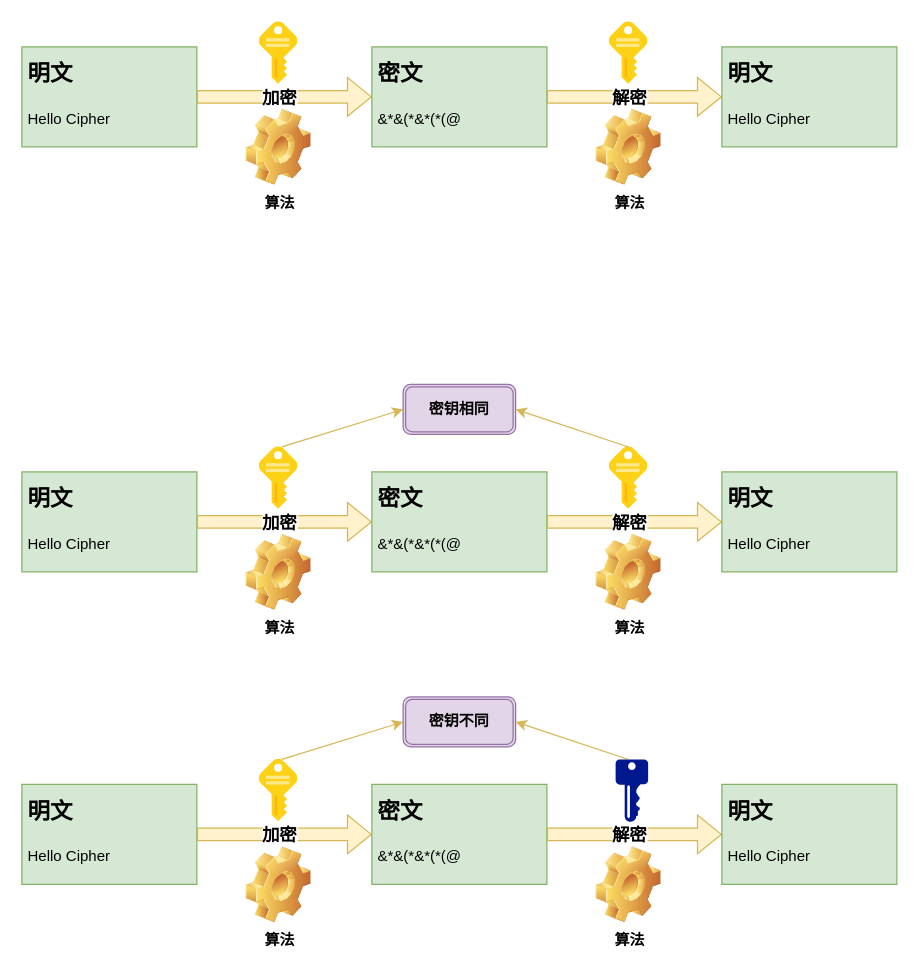
DerekLoveCC/learn-tls keeps this draw.io diagram as image/tls.drawio. Above is the earlier version. Source tidied: cells renumbered, new cells numbered last; positions are measured from the earlier drawing's top-left corner, leaving out a move shared by most shapes. Both pictures are drawn from the tidied source at 125%, with x=0, y=0 at pixel (21, 21).
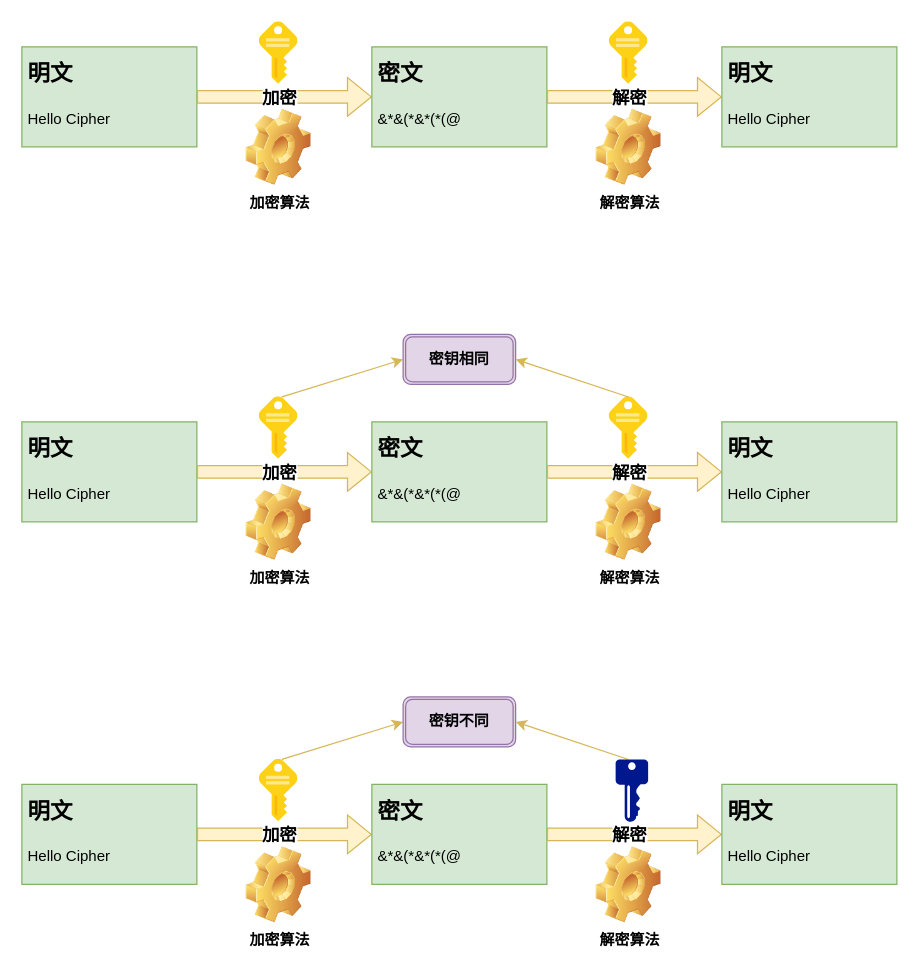
The same page after the edit.

The edit, as a diff of the source:
```diff
@@
-    <mxCell id="6" value="&lt;b&gt;算法&lt;/b&gt;" style="shape=image;html=1;verticalLabelPosition=bottom;verticalAlign=top;imageAspect=1;image=img/clipart/Gear_128x128.png;" parent="1" vertex="1">
+    <mxCell id="6" value="&lt;b&gt;加密算法&lt;/b&gt;" style="shape=image;html=1;verticalLabelPosition=bottom;verticalAlign=top;imageAspect=1;image=img/clipart/Gear_128x128.png;" parent="1" vertex="1">
       <mxGeometry x="179.5" y="70" width="52" height="61" as="geometry" />
     </mxCell>
@@
-    <mxCell id="11" value="&lt;b&gt;算法&lt;/b&gt;" style="shape=image;html=1;verticalLabelPosition=bottom;verticalAlign=top;imageAspect=1;image=img/clipart/Gear_128x128.png;" parent="1" vertex="1">
+    <mxCell id="11" value="&lt;b&gt;解密算法&lt;/b&gt;" style="shape=image;html=1;verticalLabelPosition=bottom;verticalAlign=top;imageAspect=1;image=img/clipart/Gear_128x128.png;" parent="1" vertex="1">
       <mxGeometry x="459.5" y="70" width="52" height="61" as="geometry" />
     </mxCell>
@@
     <mxCell id="13" value="&lt;h1 style=&quot;&quot;&gt;&lt;font style=&quot;font-size: 18px;&quot;&gt;明文&lt;/font&gt;&lt;/h1&gt;&lt;p&gt;Hello Cipher&lt;/p&gt;" style="text;html=1;strokeColor=#82b366;fillColor=#d5e8d4;spacing=5;spacingTop=-20;whiteSpace=wrap;overflow=hidden;rounded=0;align=left;" parent="1" vertex="1">
-      <mxGeometry y="360" width="140" height="80" as="geometry" />
+      <mxGeometry y="320" width="140" height="80" as="geometry" />
     </mxCell>
     <mxCell id="14" style="shape=flexArrow;endArrow=classic;html=1;rounded=0;exitX=1;exitY=0.5;exitDx=0;exitDy=0;fillColor=#fff2cc;strokeColor=#d6b656;" parent="1" edge="1" source="13">
       <mxGeometry relative="1" as="geometry">
-        <mxPoint x="280" y="400" as="targetPoint" />
+        <mxPoint x="280" y="360" as="targetPoint" />
       </mxGeometry>
     </mxCell>
@@
     <mxCell id="16" style="image;sketch=0;html=1;align=center;fontSize=12;image=img/lib/mscae/Key.svg;" parent="1" vertex="1">
-      <mxGeometry x="190" y="340" width="31" height="50" as="geometry" />
+      <mxGeometry x="190" y="300" width="31" height="50" as="geometry" />
     </mxCell>
-    <mxCell id="17" value="&lt;b&gt;算法&lt;/b&gt;" style="shape=image;html=1;verticalLabelPosition=bottom;verticalAlign=top;imageAspect=1;image=img/clipart/Gear_128x128.png;" parent="1" vertex="1">
-      <mxGeometry x="179.5" y="410" width="52" height="61" as="geometry" />
+    <mxCell id="17" value="&lt;b&gt;加密算法&lt;/b&gt;" style="shape=image;html=1;verticalLabelPosition=bottom;verticalAlign=top;imageAspect=1;image=img/clipart/Gear_128x128.png;" parent="1" vertex="1">
+      <mxGeometry x="179.5" y="370" width="52" height="61" as="geometry" />
     </mxCell>
     <mxCell id="18" value="&lt;h1 style=&quot;&quot;&gt;&lt;font style=&quot;font-size: 18px;&quot;&gt;密文&lt;/font&gt;&lt;/h1&gt;&lt;p&gt;&amp;amp;*&amp;amp;(*&amp;amp;*(*(@&lt;/p&gt;" style="text;html=1;strokeColor=#82b366;fillColor=#d5e8d4;spacing=5;spacingTop=-20;whiteSpace=wrap;overflow=hidden;rounded=0;align=left;" parent="1" vertex="1">
-      <mxGeometry x="280" y="360" width="140" height="80" as="geometry" />
+      <mxGeometry x="280" y="320" width="140" height="80" as="geometry" />
     </mxCell>
     <mxCell id="19" style="shape=flexArrow;endArrow=classic;html=1;rounded=0;exitX=1;exitY=0.5;exitDx=0;exitDy=0;fillColor=#fff2cc;strokeColor=#d6b656;" parent="1" edge="1">
       <mxGeometry relative="1" as="geometry">
-        <mxPoint x="420" y="400" as="sourcePoint" />
-        <mxPoint x="560" y="400" as="targetPoint" />
+        <mxPoint x="420" y="360" as="sourcePoint" />
+        <mxPoint x="560" y="360" as="targetPoint" />
       </mxGeometry>
     </mxCell>
@@
     <mxCell id="21" style="image;sketch=0;html=1;align=center;fontSize=12;image=img/lib/mscae/Key.svg;" parent="1" vertex="1">
-      <mxGeometry x="470" y="340" width="31" height="50" as="geometry" />
+      <mxGeometry x="470" y="300" width="31" height="50" as="geometry" />
     </mxCell>
-    <mxCell id="22" value="&lt;b&gt;算法&lt;/b&gt;" style="shape=image;html=1;verticalLabelPosition=bottom;verticalAlign=top;imageAspect=1;image=img/clipart/Gear_128x128.png;" parent="1" vertex="1">
-      <mxGeometry x="459.5" y="410" width="52" height="61" as="geometry" />
+    <mxCell id="22" value="&lt;b&gt;解密算法&lt;/b&gt;" style="shape=image;html=1;verticalLabelPosition=bottom;verticalAlign=top;imageAspect=1;image=img/clipart/Gear_128x128.png;" parent="1" vertex="1">
+      <mxGeometry x="459.5" y="370" width="52" height="61" as="geometry" />
     </mxCell>
     <mxCell id="23" value="&lt;h1 style=&quot;&quot;&gt;&lt;font style=&quot;font-size: 18px;&quot;&gt;明文&lt;/font&gt;&lt;/h1&gt;&lt;p&gt;Hello Cipher&lt;/p&gt;" style="text;html=1;strokeColor=#82b366;fillColor=#d5e8d4;spacing=5;spacingTop=-20;whiteSpace=wrap;overflow=hidden;rounded=0;align=left;" parent="1" vertex="1">
-      <mxGeometry x="560" y="360" width="140" height="80" as="geometry" />
+      <mxGeometry x="560" y="320" width="140" height="80" as="geometry" />
     </mxCell>
     <mxCell id="24" style="endArrow=classic;html=1;rounded=0;exitX=0.462;exitY=0.022;exitDx=0;exitDy=0;exitPerimeter=0;fillColor=#fff2cc;strokeColor=#d6b656;entryX=0;entryY=0.5;entryDx=0;entryDy=0;" parent="1" edge="1" target="25">
       <mxGeometry relative="1" as="geometry">
-        <mxPoint x="208" y="340" as="sourcePoint" />
+        <mxPoint x="208" y="300" as="sourcePoint" />
       </mxGeometry>
     </mxCell>
     <mxCell id="25" value="&lt;b&gt;密钥相同&lt;/b&gt;" style="shape=ext;double=1;rounded=1;whiteSpace=wrap;html=1;fillColor=#e1d5e7;strokeColor=#9673a6;" parent="1" vertex="1">
-      <mxGeometry x="305" y="290" width="90" height="40" as="geometry" />
+      <mxGeometry x="305" y="250" width="90" height="40" as="geometry" />
     </mxCell>
     <mxCell id="26" style="endArrow=classic;html=1;rounded=0;exitX=0.462;exitY=-0.078;exitDx=0;exitDy=0;exitPerimeter=0;fillColor=#fff2cc;strokeColor=#d6b656;entryX=1;entryY=0.5;entryDx=0;entryDy=0;" parent="1" edge="1" target="25">
       <mxGeometry relative="1" as="geometry">
-        <mxPoint x="485.3" y="340.1" as="sourcePoint" />
+        <mxPoint x="485.3" y="300.1" as="sourcePoint" />
       </mxGeometry>
     </mxCell>
@@
-    <mxCell id="31" value="&lt;b&gt;算法&lt;/b&gt;" style="shape=image;html=1;verticalLabelPosition=bottom;verticalAlign=top;imageAspect=1;image=img/clipart/Gear_128x128.png;" parent="1" vertex="1">
+    <mxCell id="31" value="&lt;b&gt;加密算法&lt;/b&gt;" style="shape=image;html=1;verticalLabelPosition=bottom;verticalAlign=top;imageAspect=1;image=img/clipart/Gear_128x128.png;" parent="1" vertex="1">
       <mxGeometry x="179.5" y="660" width="52" height="61" as="geometry" />
     </mxCell>
@@
-    <mxCell id="35" value="&lt;b&gt;算法&lt;/b&gt;" style="shape=image;html=1;verticalLabelPosition=bottom;verticalAlign=top;imageAspect=1;image=img/clipart/Gear_128x128.png;" parent="1" vertex="1">
+    <mxCell id="35" value="&lt;b&gt;解密算法&lt;/b&gt;" style="shape=image;html=1;verticalLabelPosition=bottom;verticalAlign=top;imageAspect=1;image=img/clipart/Gear_128x128.png;" parent="1" vertex="1">
       <mxGeometry x="459.5" y="660" width="52" height="61" as="geometry" />
     </mxCell>
```
